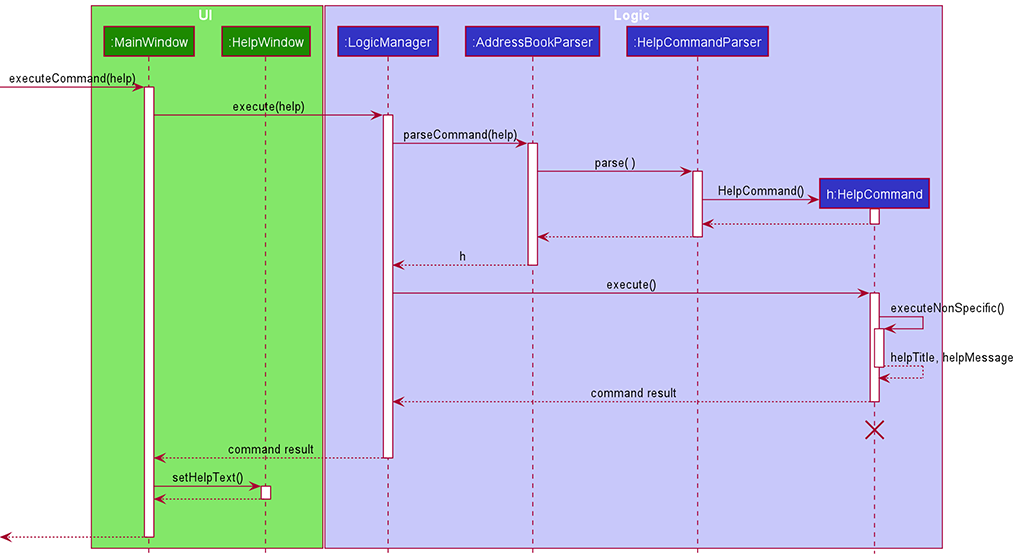
The PlantUML diagram docs/images/HelpSequenceDiagram1.png in nus-cs2103-AY2021S2/tp, before a commit. Its source is kept beside it as docs/diagrams/HelpSequenceDiagram1.puml.
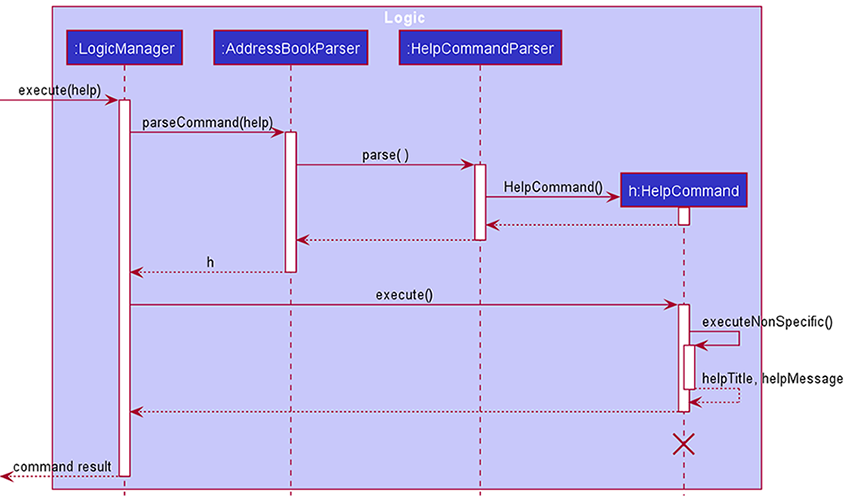
The same file after the commit.

Commit message:
Finalise DG help implementation draft

Diff of the diagram source:
```diff
@@ -1,10 +1,6 @@
 @startuml
 !include style.puml
 
-box UI UI_COLOR_T1
-participant ":MainWindow" as MainWindow UI_COLOR
-participant ":HelpWindow" as HelpWindow UI_COLOR
-end box
 
 box Logic LOGIC_COLOR_T1
 participant ":LogicManager" as LogicManager LOGIC_COLOR
@@ -13,10 +9,8 @@
 participant "h:HelpCommand" as HelpCommand LOGIC_COLOR
 end box
 
-[-> MainWindow : executeCommand(help)
-activate MainWindow
 
-MainWindow -> LogicManager : execute(help)
+[-> LogicManager : execute(help)
 activate LogicManager
 
 LogicManager -> AddressBookParser : parseCommand(help)
@@ -49,22 +43,14 @@
 HelpCommand --> HelpCommand : helpTitle, helpMessage
 deactivate HelpCommand
 
-HelpCommand --> LogicManager : command result
+HelpCommand --> LogicManager :
 deactivate HelpCommand
 HelpCommand -[hidden]-> LogicManager : command result
 destroy HelpCommand
 
-MainWindow <-- LogicManager : command result
+[<-- LogicManager : command result
 deactivate LogicManager
 
-MainWindow -> HelpWindow : setHelpText()
-activate HelpWindow
 
-HelpWindow --> MainWindow
-deactivate HelpWindow
-
-MainWindow -[hidden]-> MainWindow
-[<-- MainWindow
-deactivate MainWindow
 
 @enduml
```
